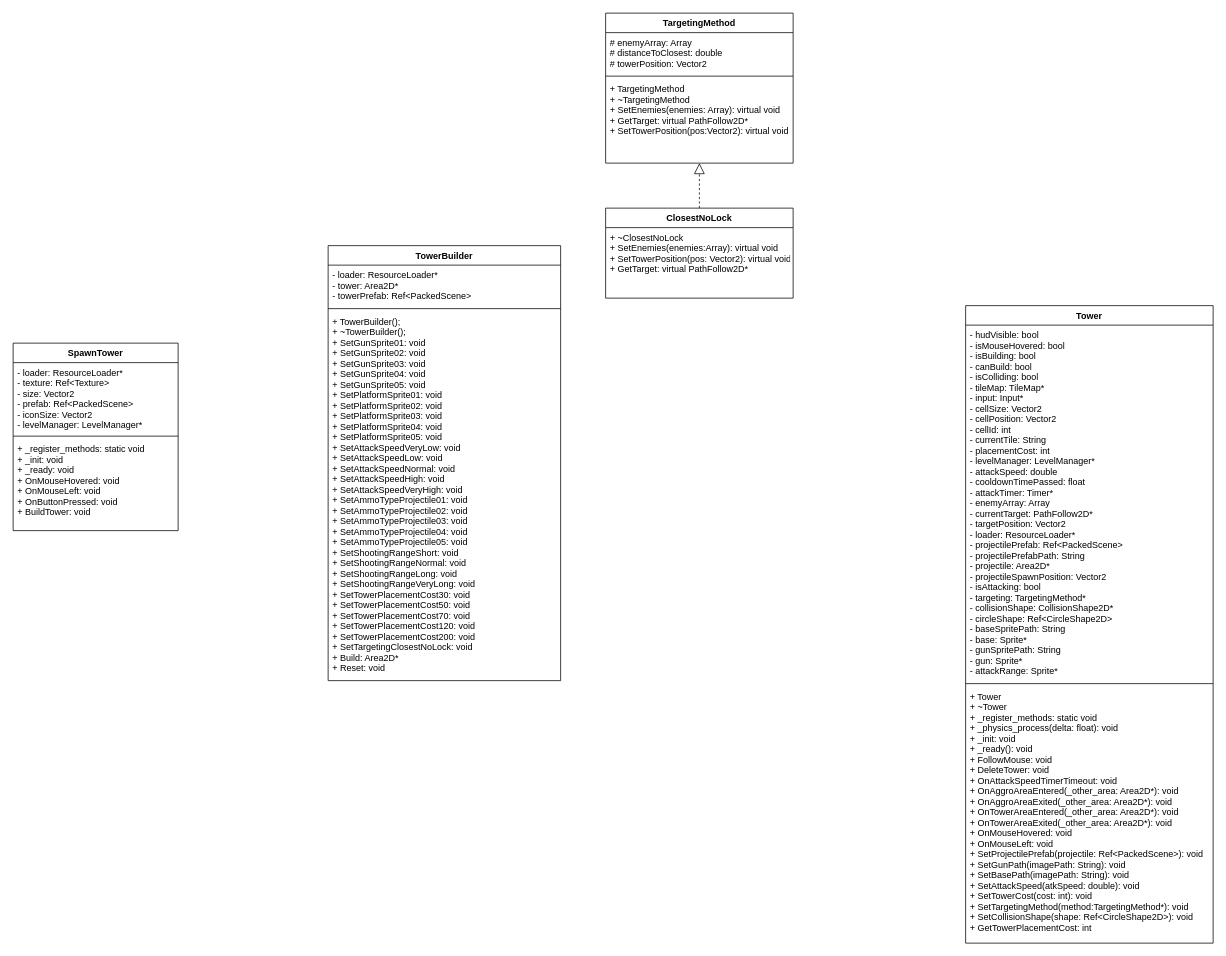
Before: page "Spawn Tower" (2 of 4) of UMLDiagram.drawio in foreboding-sky/RainbowLands, a draw.io diagram. Source tidied: cells renumbered, new cells numbered last; positions are measured from the earlier drawing's top-left corner, leaving out a move shared by most shapes. Both pictures are drawn from the tidied source at 75%, with x=0, y=0 at pixel (13, 13).
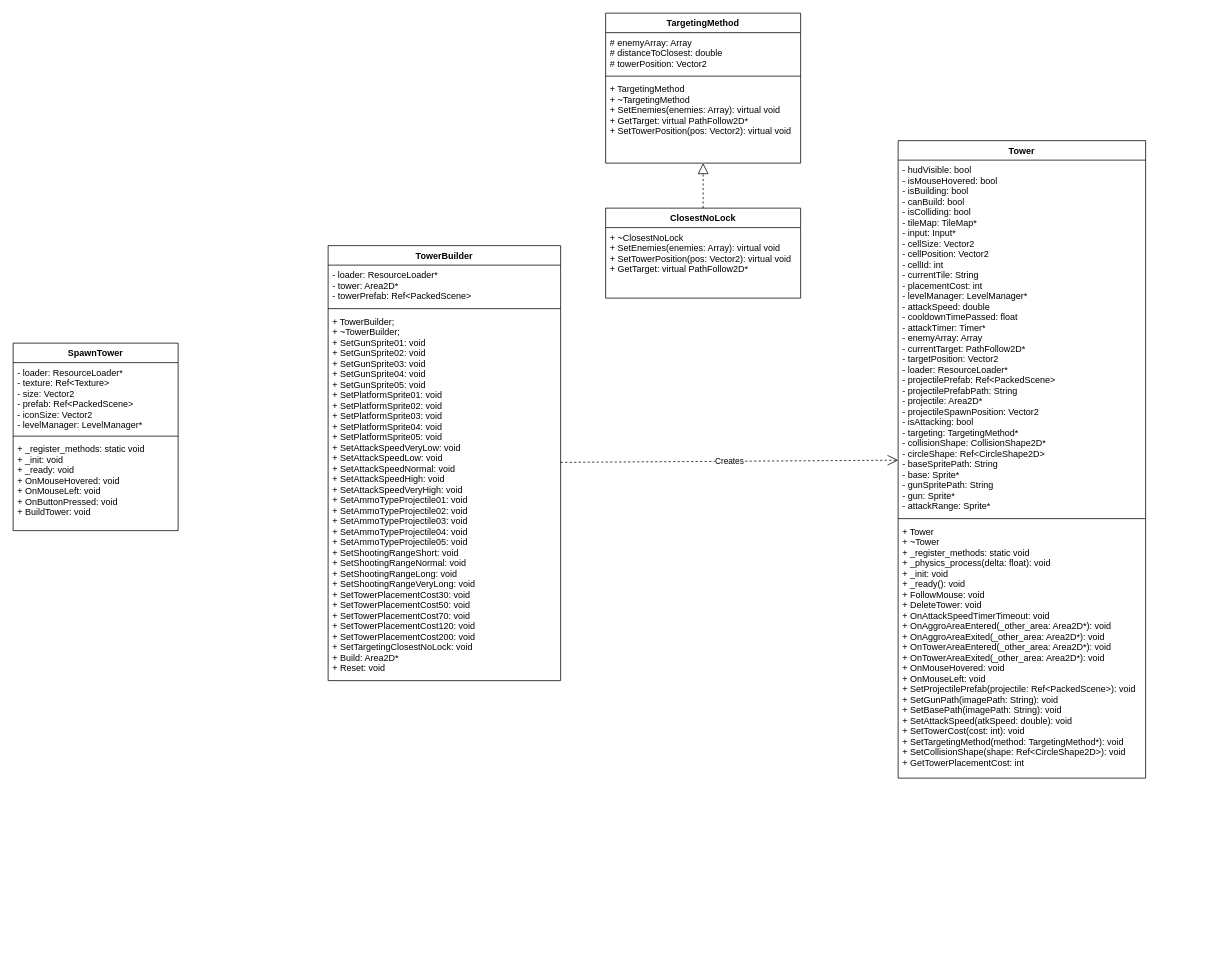
The same diagram, later.

Unchanged cells that the change refers to:
```xml
<mxCell id="13" value="TowerBuilder" style="swimlane;fontStyle=1;align=center;verticalAlign=top;horizontal=1;startSize=26;" parent="1" vertex="1">
  <mxGeometry x="420" y="310" width="310" height="580" as="geometry" />
</mxCell>
```

The edit, as a diff of the source:
```diff
@@
     <mxCell id="6" value="TargetingMethod" style="swimlane;fontStyle=1;align=center;verticalAlign=top;horizontal=1;startSize=26;" parent="1" vertex="1">
-      <mxGeometry x="790" width="250" height="200" as="geometry" />
+      <mxGeometry x="790" width="260" height="200" as="geometry" />
     </mxCell>
     <mxCell id="7" value="# enemyArray: Array &#10;# distanceToClosest: double &#10;# towerPosition: Vector2 " style="text;strokeColor=none;fillColor=none;align=left;verticalAlign=top;spacingLeft=4;spacingRight=4;overflow=hidden;" parent="6" vertex="1">
-      <mxGeometry y="26" width="250" height="54" as="geometry" />
+      <mxGeometry y="26" width="260" height="54" as="geometry" />
     </mxCell>
     <mxCell id="8" style="line;strokeWidth=1;fillColor=none;align=left;verticalAlign=middle;spacingTop=-1;spacingLeft=3;spacingRight=3;labelPosition=right;" parent="6" vertex="1">
-      <mxGeometry y="80" width="250" height="8" as="geometry" />
+      <mxGeometry y="80" width="260" height="8" as="geometry" />
     </mxCell>
-    <mxCell id="9" value="+ TargetingMethod&#10;+ ~TargetingMethod&#10;+ SetEnemies(enemies: Array): virtual void&#10;+ GetTarget: virtual PathFollow2D*&#10;+ SetTowerPosition(pos:Vector2): virtual void" style="text;strokeColor=none;fillColor=none;align=left;verticalAlign=top;spacingLeft=4;spacingRight=4;overflow=hidden;" parent="6" vertex="1">
-      <mxGeometry y="88" width="250" height="112" as="geometry" />
+    <mxCell id="9" value="+ TargetingMethod&#10;+ ~TargetingMethod&#10;+ SetEnemies(enemies: Array): virtual void&#10;+ GetTarget: virtual PathFollow2D*&#10;+ SetTowerPosition(pos: Vector2): virtual void" style="text;strokeColor=none;fillColor=none;align=left;verticalAlign=top;spacingLeft=4;spacingRight=4;overflow=hidden;" parent="6" vertex="1">
+      <mxGeometry y="88" width="260" height="112" as="geometry" />
     </mxCell>
     <mxCell id="10" value="ClosestNoLock" style="swimlane;fontStyle=1;align=center;verticalAlign=top;horizontal=1;startSize=26;" parent="1" vertex="1">
-      <mxGeometry x="790" y="260" width="250" height="120" as="geometry" />
+      <mxGeometry x="790" y="260" width="260" height="120" as="geometry" />
     </mxCell>
-    <mxCell id="11" value="+ ~ClosestNoLock&#10;+ SetEnemies(enemies:Array): virtual void&#10;+ SetTowerPosition(pos: Vector2): virtual void&#10;+ GetTarget: virtual PathFollow2D*" style="text;strokeColor=none;fillColor=none;align=left;verticalAlign=top;spacingLeft=4;spacingRight=4;overflow=hidden;" parent="10" vertex="1">
-      <mxGeometry y="26" width="250" height="94" as="geometry" />
+    <mxCell id="11" value="+ ~ClosestNoLock&#10;+ SetEnemies(enemies: Array): virtual void&#10;+ SetTowerPosition(pos: Vector2): virtual void&#10;+ GetTarget: virtual PathFollow2D*" style="text;strokeColor=none;fillColor=none;align=left;verticalAlign=top;spacingLeft=4;spacingRight=4;overflow=hidden;" parent="10" vertex="1">
+      <mxGeometry y="26" width="260" height="94" as="geometry" />
     </mxCell>
@@
-    <mxCell id="16" value="+ TowerBuilder();&#10;+ ~TowerBuilder();&#10;+ SetGunSprite01: void &#10;+ SetGunSprite02: void &#10;+ SetGunSprite03: void &#10;+ SetGunSprite04: void &#10;+ SetGunSprite05: void &#10;+ SetPlatformSprite01: void &#10;+ SetPlatformSprite02: void &#10;+ SetPlatformSprite03: void &#10;+ SetPlatformSprite04: void &#10;+ SetPlatformSprite05: void &#10;+ SetAttackSpeedVeryLow: void &#10;+ SetAttackSpeedLow: void &#10;+ SetAttackSpeedNormal: void &#10;+ SetAttackSpeedHigh: void &#10;+ SetAttackSpeedVeryHigh: void &#10;+ SetAmmoTypeProjectile01: void &#10;+ SetAmmoTypeProjectile02: void &#10;+ SetAmmoTypeProjectile03: void &#10;+ SetAmmoTypeProjectile04: void &#10;+ SetAmmoTypeProjectile05: void &#10;+ SetShootingRangeShort: void &#10;+ SetShootingRangeNormal: void &#10;+ SetShootingRangeLong: void &#10;+ SetShootingRangeVeryLong: void &#10;+ SetTowerPlacementCost30: void &#10;+ SetTowerPlacementCost50: void &#10;+ SetTowerPlacementCost70: void &#10;+ SetTowerPlacementCost120: void &#10;+ SetTowerPlacementCost200: void &#10;+ SetTargetingClosestNoLock: void &#10;+ Build: Area2D*&#10;+ Reset: void" style="text;strokeColor=none;fillColor=none;align=left;verticalAlign=top;spacingLeft=4;spacingRight=4;overflow=hidden;" parent="13" vertex="1">
+    <mxCell id="16" value="+ TowerBuilder;&#10;+ ~TowerBuilder;&#10;+ SetGunSprite01: void &#10;+ SetGunSprite02: void &#10;+ SetGunSprite03: void &#10;+ SetGunSprite04: void &#10;+ SetGunSprite05: void &#10;+ SetPlatformSprite01: void &#10;+ SetPlatformSprite02: void &#10;+ SetPlatformSprite03: void &#10;+ SetPlatformSprite04: void &#10;+ SetPlatformSprite05: void &#10;+ SetAttackSpeedVeryLow: void &#10;+ SetAttackSpeedLow: void &#10;+ SetAttackSpeedNormal: void &#10;+ SetAttackSpeedHigh: void &#10;+ SetAttackSpeedVeryHigh: void &#10;+ SetAmmoTypeProjectile01: void &#10;+ SetAmmoTypeProjectile02: void &#10;+ SetAmmoTypeProjectile03: void &#10;+ SetAmmoTypeProjectile04: void &#10;+ SetAmmoTypeProjectile05: void &#10;+ SetShootingRangeShort: void &#10;+ SetShootingRangeNormal: void &#10;+ SetShootingRangeLong: void &#10;+ SetShootingRangeVeryLong: void &#10;+ SetTowerPlacementCost30: void &#10;+ SetTowerPlacementCost50: void &#10;+ SetTowerPlacementCost70: void &#10;+ SetTowerPlacementCost120: void &#10;+ SetTowerPlacementCost200: void &#10;+ SetTargetingClosestNoLock: void &#10;+ Build: Area2D*&#10;+ Reset: void" style="text;strokeColor=none;fillColor=none;align=left;verticalAlign=top;spacingLeft=4;spacingRight=4;overflow=hidden;" parent="13" vertex="1">
       <mxGeometry y="88" width="310" height="492" as="geometry" />
     </mxCell>
     <mxCell id="17" value="Tower" style="swimlane;fontStyle=1;align=center;verticalAlign=top;horizontal=1;startSize=26;" parent="1" vertex="1">
-      <mxGeometry x="1270" y="390" width="330" height="850" as="geometry" />
+      <mxGeometry x="1180" y="170" width="330" height="850" as="geometry" />
     </mxCell>
@@
-    <mxCell id="20" value="+ Tower&#10;+ ~Tower&#10;+ _register_methods: static void &#10;+ _physics_process(delta: float): void &#10;+ _init: void &#10;+ _ready(): void &#10;+ FollowMouse: void &#10;+ DeleteTower: void &#10;+ OnAttackSpeedTimerTimeout: void &#10;+ OnAggroAreaEntered(_other_area: Area2D*): void &#10;+ OnAggroAreaExited(_other_area: Area2D*): void &#10;+ OnTowerAreaEntered(_other_area: Area2D*): void &#10;+ OnTowerAreaExited(_other_area: Area2D*): void &#10;+ OnMouseHovered: void &#10;+ OnMouseLeft: void &#10;+ SetProjectilePrefab(projectile: Ref&lt;PackedScene&gt;): void &#10;+ SetGunPath(imagePath: String): void &#10;+ SetBasePath(imagePath: String): void &#10;+ SetAttackSpeed(atkSpeed: double): void &#10;+ SetTowerCost(cost: int): void &#10;+ SetTargetingMethod(method:TargetingMethod*): void &#10;+ SetCollisionShape(shape: Ref&lt;CircleShape2D&gt;): void &#10;+ GetTowerPlacementCost: int " style="text;strokeColor=none;fillColor=none;align=left;verticalAlign=top;spacingLeft=4;spacingRight=4;overflow=hidden;" parent="17" vertex="1">
+    <mxCell id="20" value="+ Tower&#10;+ ~Tower&#10;+ _register_methods: static void &#10;+ _physics_process(delta: float): void &#10;+ _init: void &#10;+ _ready(): void &#10;+ FollowMouse: void &#10;+ DeleteTower: void &#10;+ OnAttackSpeedTimerTimeout: void &#10;+ OnAggroAreaEntered(_other_area: Area2D*): void &#10;+ OnAggroAreaExited(_other_area: Area2D*): void &#10;+ OnTowerAreaEntered(_other_area: Area2D*): void &#10;+ OnTowerAreaExited(_other_area: Area2D*): void &#10;+ OnMouseHovered: void &#10;+ OnMouseLeft: void &#10;+ SetProjectilePrefab(projectile: Ref&lt;PackedScene&gt;): void &#10;+ SetGunPath(imagePath: String): void &#10;+ SetBasePath(imagePath: String): void &#10;+ SetAttackSpeed(atkSpeed: double): void &#10;+ SetTowerCost(cost: int): void &#10;+ SetTargetingMethod(method: TargetingMethod*): void &#10;+ SetCollisionShape(shape: Ref&lt;CircleShape2D&gt;): void &#10;+ GetTowerPlacementCost: int " style="text;strokeColor=none;fillColor=none;align=left;verticalAlign=top;spacingLeft=4;spacingRight=4;overflow=hidden;" parent="17" vertex="1">
       <mxGeometry y="508" width="330" height="342" as="geometry" />
     </mxCell>
+    <mxCell id="21" value="Creates" style="endArrow=open;endSize=12;dashed=1;html=1;" parent="1" edge="1" source="13" target="17">
+      <mxGeometry relative="1" as="geometry" />
+    </mxCell>
```
